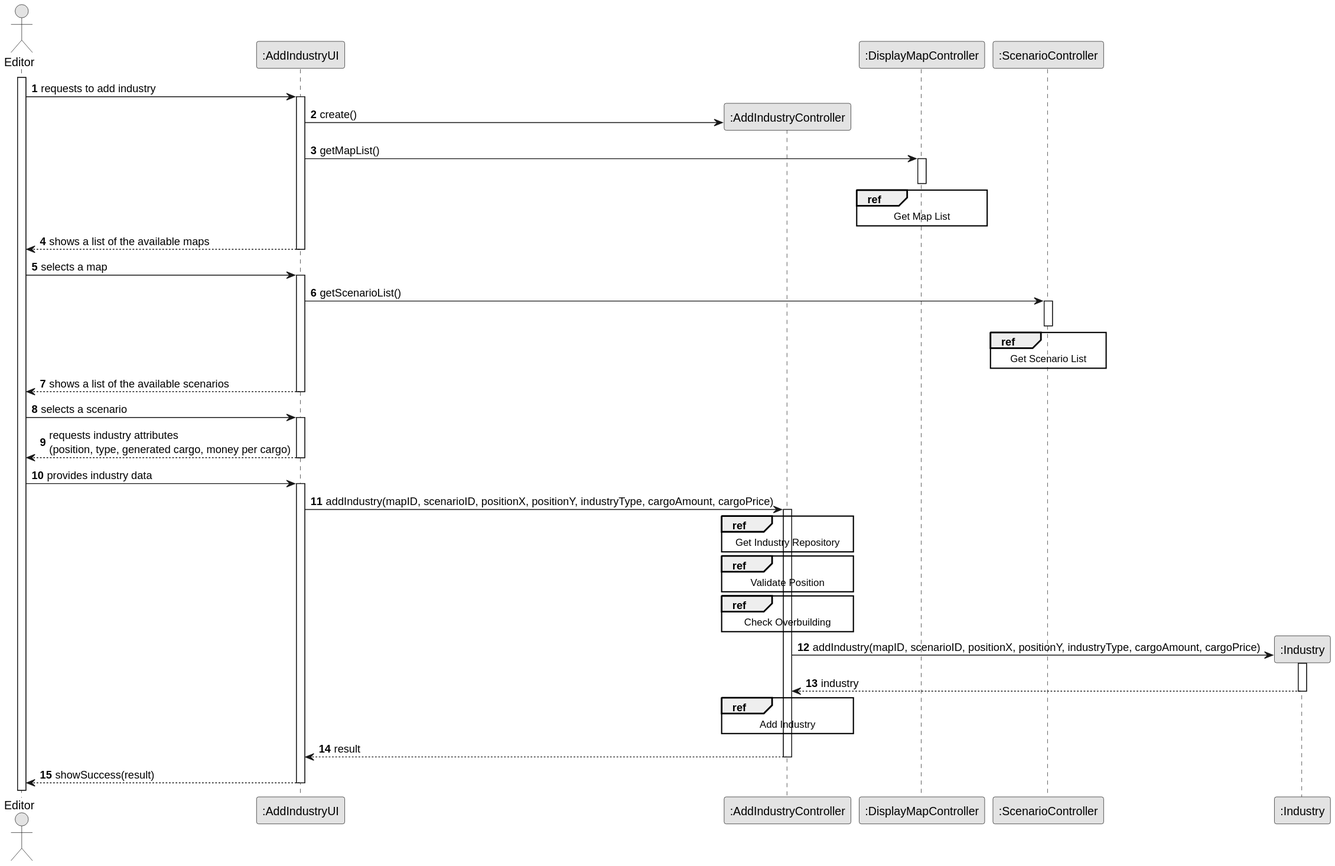
ivasduarte/all-aboard keeps this PlantUML diagram as docs/sprint3/us002/03.design/svg/us002-sd-split.svg. Above is the earlier version.
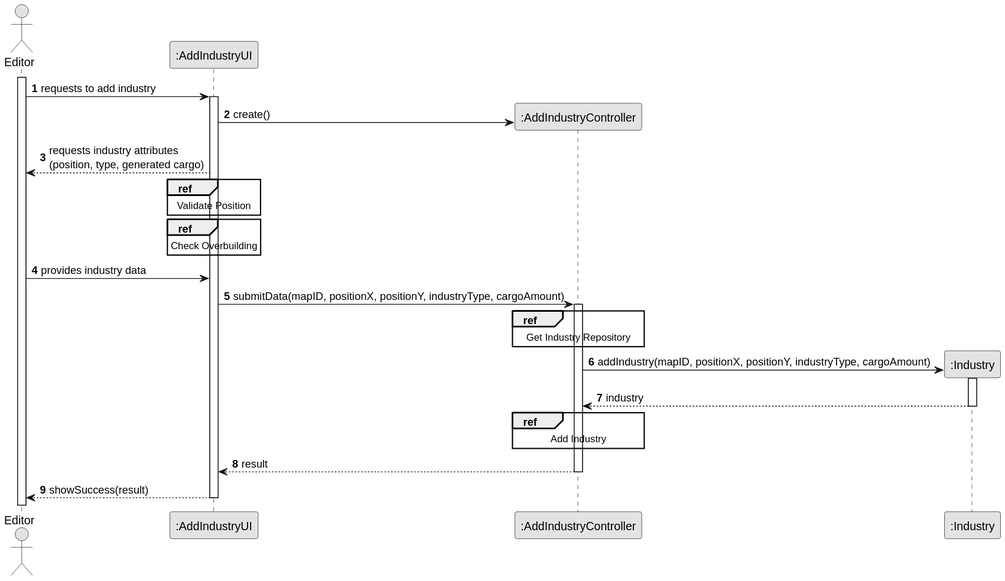
Above is the later version.

Change to the diagram source:
```diff
@@ -9,68 +9,34 @@
 
 participant ":AddIndustryUI" as ui
 participant ":AddIndustryController" as ctrl
-participant ":DisplayMapController" as mapCTRL
-participant ":ScenarioController" as sceneCTRL
 participant ":Industry" as ind
 
 activate edit
 edit -> ui : requests to add industry
 
 activate ui
+
 ui -> ctrl** : create()
+ui --> edit : requests industry attributes \n(position, type, generated cargo)
 
-ui -> mapCTRL : getMapList()
-activate mapCTRL
+ref over ui
+        Validate Position
+    end
 
-    ref over mapCTRL
-        Get Map List
-    end ref
-
-deactivate mapCTRL
-
-ui --> edit : shows a list of the available maps
-deactivate ui
-
-edit -> ui : selects a map
-activate ui
-
-ui -> sceneCTRL : getScenarioList()
-activate sceneCTRL
-
-    ref over sceneCTRL
-        Get Scenario List
-    end ref
-
-deactivate sceneCTRL
-
-ui --> edit : shows a list of the available scenarios
-deactivate ui
-
-edit -> ui : selects a scenario
-activate ui
-
-ui --> edit : requests industry attributes \n(position, type, generated cargo, money per cargo)
-deactivate ui
+    ref over ui
+        Check Overbuilding
+    end
 
 edit -> ui : provides industry data
-activate ui
 
-ui -> ctrl : addIndustry(mapID, scenarioID, positionX, positionY, industryType, cargoAmount, cargoPrice)
+ui -> ctrl : submitData(mapID, positionX, positionY, industryType, cargoAmount)
 activate ctrl
 
     ref over ctrl
         Get Industry Repository
     end
 
-    ref over ctrl
-        Validate Position
-    end
-
-    ref over ctrl
-        Check Overbuilding
-    end
-
-ctrl -> ind** : addIndustry(mapID, scenarioID, positionX, positionY, industryType, cargoAmount, cargoPrice)
+ctrl -> ind** : addIndustry(mapID, positionX, positionY, industryType, cargoAmount)
 activate ind
 
 ind --> ctrl : industry
```
